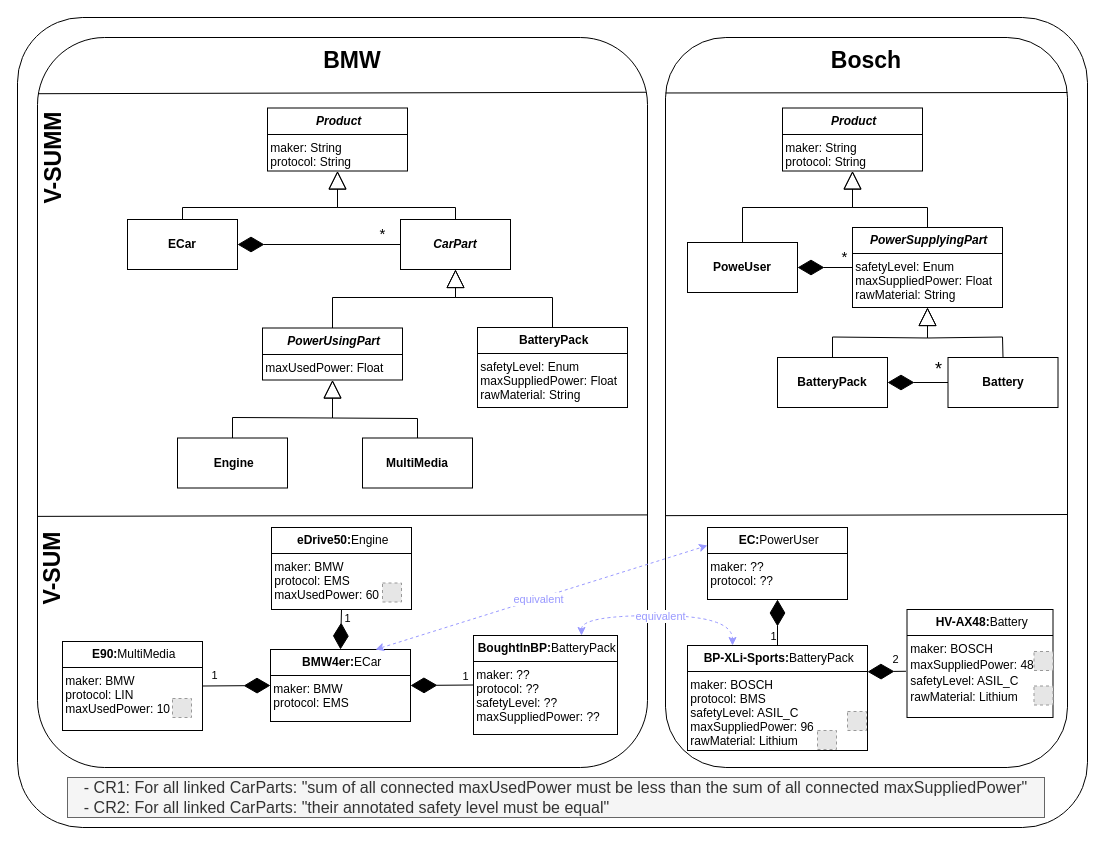
Mohammad-Si/convide-B01-MVE keeps this draw.io diagram as B01-MVE-Poster.drawio. Above is the earlier version. Source tidied: cells renumbered, new cells numbered last; positions are measured from the earlier drawing's top-left corner, leaving out a move shared by most shapes. Both pictures are drawn from the tidied source at 100%, with x=0, y=0 at pixel (17, 17). Pictures stored in the file or linked from it are replaced by grey dashed boxes.
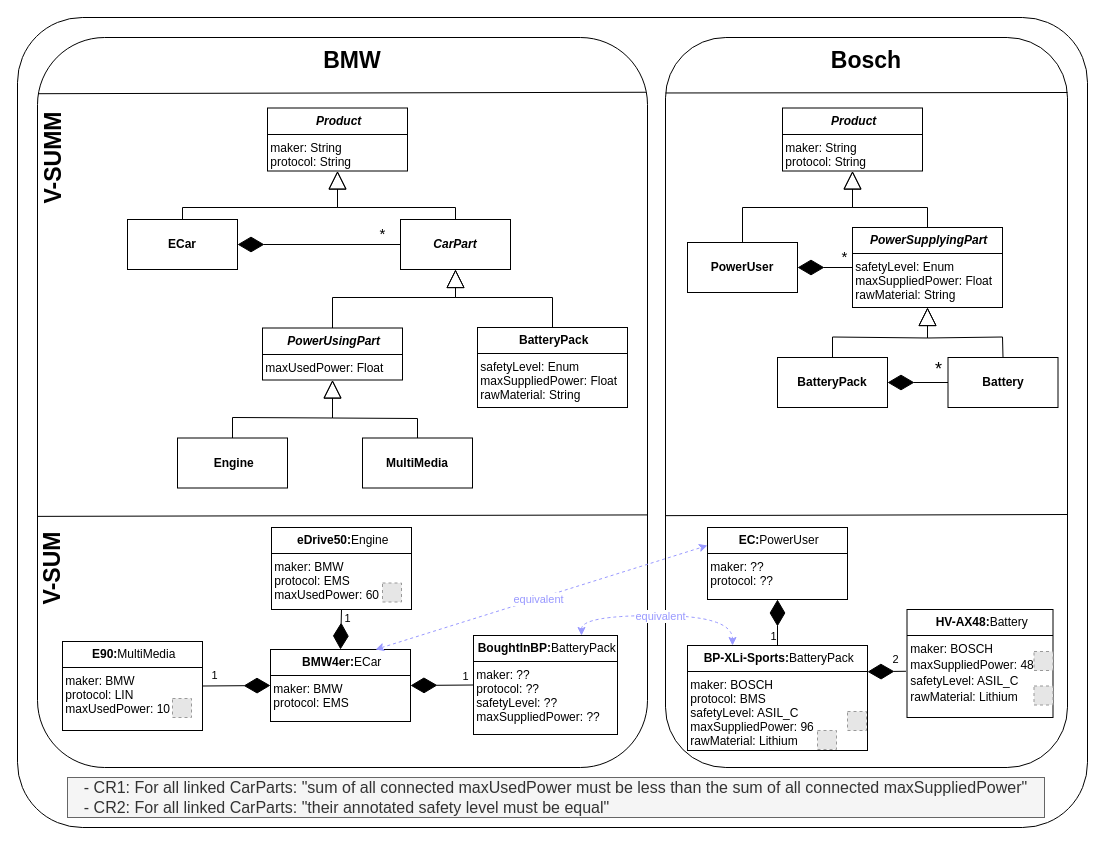
After the change.

What changed in the source:
```diff
@@
-    <mxCell id="35" value="&lt;b&gt;PoweUser&lt;/b&gt;" style="html=1;whiteSpace=wrap;" parent="1" vertex="1">
+    <mxCell id="35" value="&lt;b&gt;PowerUser&lt;/b&gt;" style="html=1;whiteSpace=wrap;" parent="1" vertex="1">
       <mxGeometry x="670" y="225" width="110" height="50" as="geometry" />
     </mxCell>
```
